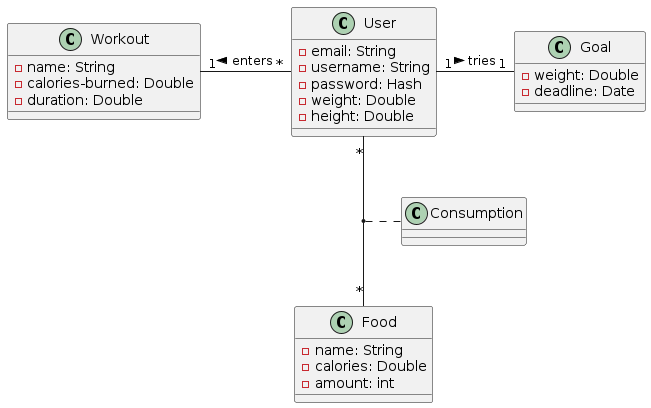
Before: images/structure.png, a diagram exported from PlantUML (2223-3bhif-syp/02-projekte-CalorieCounter).
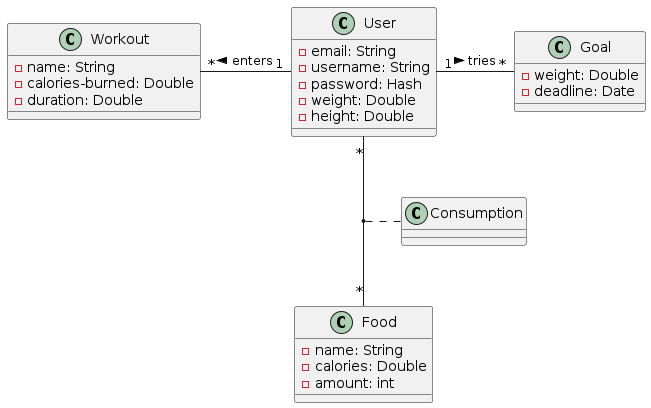
Above is the later version.

Change to the diagram source:
```diff
@@ -27,8 +27,8 @@
     - amount: int
 }
 
-User "1" - "1" Goal : > tries
-Workout "1" - "*" User : < enters
+User "1" - "*" Goal : > tries
+Workout "*" - "1" User : < enters
 User "*" -- "*" Food
 (User, Food) .. Consumption
 
```
